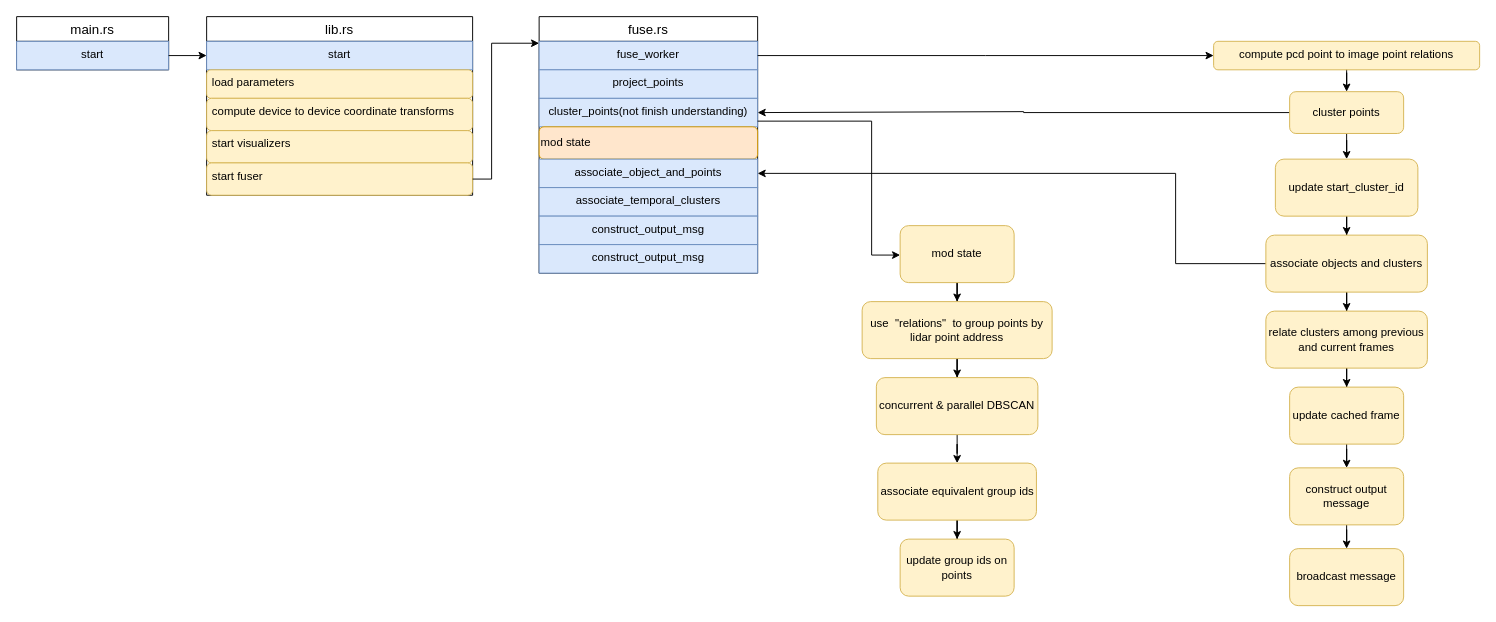
Earlier version of the draw.io diagram sensor_fuse.drawio (YueChuCheng/Wayside_draw). Source tidied: cells renumbered, new cells numbered last; positions are measured from the earlier drawing's top-left corner, leaving out a move shared by most shapes. Both pictures are drawn from the tidied source at 95%, with x=0, y=0 at pixel (16, 16).
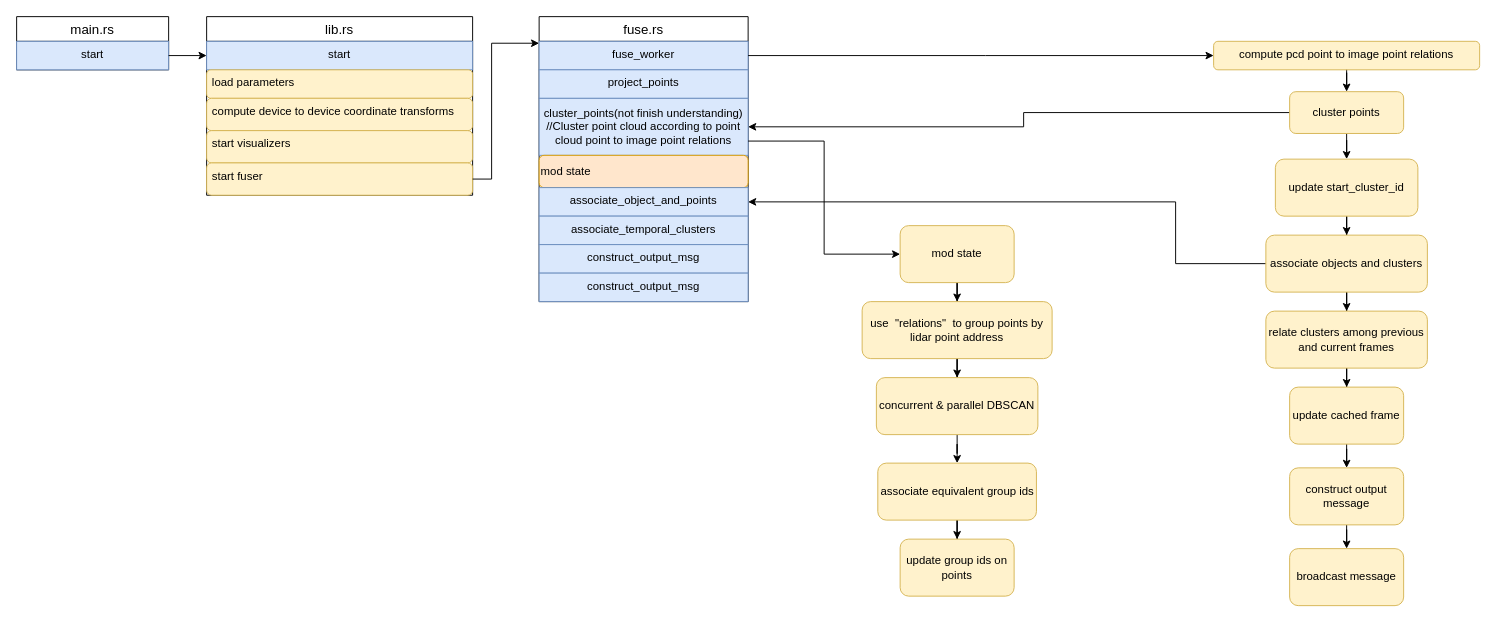
Above is the later version.

The change refers to these unchanged cells:
```xml
<mxCell id="26" value="&lt;span style=&quot;text-align: left&quot;&gt;mod state&lt;/span&gt;" style="rounded=1;whiteSpace=wrap;html=1;fillColor=#fff2cc;strokeColor=#d6b656;" parent="1" vertex="1">
  <mxGeometry x="930" y="220" width="120" height="60" as="geometry" />
</mxCell>
<mxCell id="36" value="cluster&amp;nbsp;points" style="rounded=1;whiteSpace=wrap;html=1;align=center;fillColor=#fff2cc;strokeColor=#d6b656;" parent="1" vertex="1">
  <mxGeometry x="1340" y="79" width="120" height="44" as="geometry" />
</mxCell>
<mxCell id="41" value="associate objects and clusters" style="whiteSpace=wrap;html=1;rounded=1;strokeColor=#d6b656;fillColor=#fff2cc;" parent="1" vertex="1">
  <mxGeometry x="1315" y="230" width="170" height="60" as="geometry" />
</mxCell>
```

Change to the diagram source:
```diff
@@
     <mxCell id="11" value="fuse.rs" style="swimlane;fontStyle=0;horizontal=1;startSize=26;align=center;fontSize=14;" parent="1" vertex="1">
-      <mxGeometry x="550" width="230" height="270" as="geometry" />
+      <mxGeometry x="550" width="220" height="300" as="geometry" />
     </mxCell>
     <mxCell id="12" value="fuse_worker" style="text;strokeColor=#6c8ebf;fillColor=#dae8fc;spacingLeft=4;spacingRight=4;overflow=hidden;points=[[0,0.5],[1,0.5]];portConstraint=eastwest;fontSize=12;align=center;" parent="11" vertex="1">
-      <mxGeometry y="26" width="230" height="30" as="geometry" />
+      <mxGeometry y="26" width="220" height="30" as="geometry" />
     </mxCell>
     <mxCell id="13" value="project_points" style="text;strokeColor=#6c8ebf;fillColor=#dae8fc;spacingLeft=4;spacingRight=4;overflow=hidden;fontSize=12;align=center;" parent="11" vertex="1">
-      <mxGeometry y="56" width="230" height="30" as="geometry" />
+      <mxGeometry y="56" width="220" height="30" as="geometry" />
     </mxCell>
-    <mxCell id="14" value="cluster_points(not finish understanding)" style="text;strokeColor=#6c8ebf;fillColor=#dae8fc;spacingLeft=4;spacingRight=4;overflow=hidden;points=[[0,0.5],[1,0.5]];portConstraint=eastwest;fontSize=12;align=center;" parent="11" vertex="1">
-      <mxGeometry y="86" width="230" height="30" as="geometry" />
-    </mxCell>
+    <mxCell id="49" value="cluster_points(not finish understanding)&lt;br style=&quot;padding: 0px ; margin: 0px&quot;&gt;//Cluster point cloud according to point cloud point to image point relations" style="rounded=0;whiteSpace=wrap;html=1;align=center;fillColor=#dae8fc;strokeColor=#6c8ebf;" parent="11" vertex="1">
+      <mxGeometry y="86" width="220" height="60" as="geometry" />
+    </mxCell>
     <mxCell id="15" value="&lt;span style=&quot;&quot;&gt;mod state&lt;/span&gt;" style="rounded=1;whiteSpace=wrap;html=1;fillColor=#ffe6cc;strokeColor=#d79b00;align=left;" parent="11" vertex="1">
-      <mxGeometry y="116" width="230" height="34" as="geometry" />
+      <mxGeometry y="146" width="220" height="34" as="geometry" />
     </mxCell>
     <mxCell id="16" value="associate_object_and_points" style="text;strokeColor=#6c8ebf;fillColor=#dae8fc;spacingLeft=4;spacingRight=4;overflow=hidden;points=[[0,0.5],[1,0.5]];portConstraint=eastwest;fontSize=12;align=center;" parent="11" vertex="1">
-      <mxGeometry y="150" width="230" height="30" as="geometry" />
+      <mxGeometry y="180" width="220" height="30" as="geometry" />
     </mxCell>
     <mxCell id="17" value="associate_temporal_clusters" style="text;strokeColor=#6c8ebf;fillColor=#dae8fc;spacingLeft=4;spacingRight=4;overflow=hidden;fontSize=12;align=center;" parent="11" vertex="1">
-      <mxGeometry y="180" width="230" height="30" as="geometry" />
+      <mxGeometry y="210" width="220" height="30" as="geometry" />
     </mxCell>
     <mxCell id="18" value="construct_output_msg" style="text;strokeColor=#6c8ebf;fillColor=#dae8fc;spacingLeft=4;spacingRight=4;overflow=hidden;fontSize=12;align=center;" parent="11" vertex="1">
-      <mxGeometry y="210" width="230" height="30" as="geometry" />
+      <mxGeometry y="240" width="220" height="30" as="geometry" />
     </mxCell>
     <mxCell id="19" value="construct_output_msg" style="text;strokeColor=#6c8ebf;fillColor=#dae8fc;spacingLeft=4;spacingRight=4;overflow=hidden;fontSize=12;align=center;" parent="11" vertex="1">
-      <mxGeometry y="240" width="230" height="30" as="geometry" />
+      <mxGeometry y="270" width="220" height="30" as="geometry" />
     </mxCell>
@@
-    <mxCell id="24" style="edgeStyle=orthogonalEdgeStyle;rounded=0;jettySize=auto;html=1;" parent="1" edge="1" source="14" target="26">
-      <mxGeometry relative="1" as="geometry">
-        <Array as="points">
-          <mxPoint x="900" y="110" />
-          <mxPoint x="900" y="251" />
-        </Array>
-      </mxGeometry>
-    </mxCell>
@@
-    <mxCell id="35" style="edgeStyle=orthogonalEdgeStyle;rounded=0;jettySize=auto;html=1;entryX=1;entryY=0.5;entryDx=0;entryDy=0;strokeColor=#000000;exitX=0;exitY=0.5;exitDx=0;exitDy=0;" parent="1" edge="1" source="36" target="14">
+    <mxCell id="35" style="edgeStyle=orthogonalEdgeStyle;rounded=0;jettySize=auto;html=1;strokeColor=#000000;exitX=0;exitY=0.5;exitDx=0;exitDy=0;entryX=1;entryY=0.5;entryDx=0;entryDy=0;" parent="1" edge="1" source="36" target="49">
       <mxGeometry relative="1" as="geometry">
         <Array as="points">
           <mxPoint x="1060" y="101" />
-          <mxPoint x="780" y="100" />
+          <mxPoint x="1060" y="116" />
         </Array>
       </mxGeometry>
     </mxCell>
@@
     <mxCell id="39" style="edgeStyle=orthogonalEdgeStyle;rounded=0;jettySize=auto;html=1;entryX=1;entryY=0.5;entryDx=0;entryDy=0;strokeColor=#000000;" parent="1" edge="1" source="41" target="16">
       <mxGeometry relative="1" as="geometry">
         <Array as="points">
           <mxPoint x="1220" y="260" />
-          <mxPoint x="1220" y="165" />
+          <mxPoint x="1220" y="195" />
         </Array>
       </mxGeometry>
     </mxCell>
@@
+    <mxCell id="50" style="edgeStyle=orthogonalEdgeStyle;rounded=0;jettySize=auto;html=1;entryX=0;entryY=0.5;entryDx=0;entryDy=0;strokeColor=#000000;exitX=1;exitY=0.75;exitDx=0;exitDy=0;" parent="1" edge="1" source="49" target="26">
+      <mxGeometry relative="1" as="geometry" />
+    </mxCell>
```
